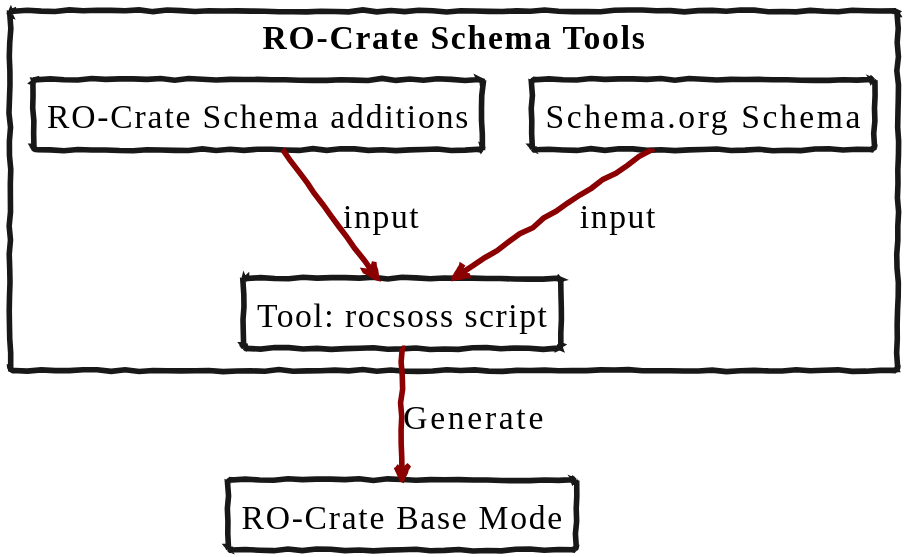
Before: docs/images/soss-to-profile.svg, a diagram exported from PlantUML (Language-Research-Technology/ro-crate-modes).
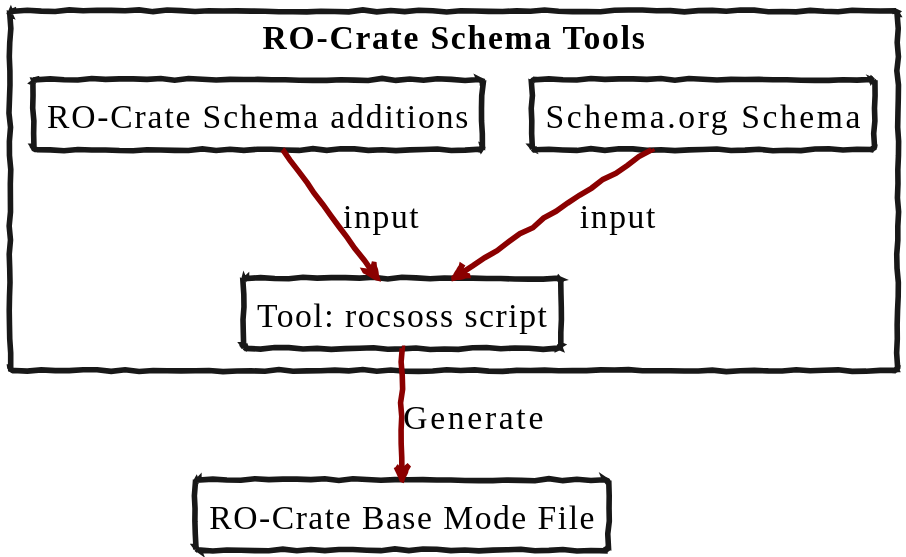
Later version of the same file.

The edit, as a diff of the source:
```diff
@@ -7,7 +7,7 @@
 rectangle "Tool: rocsoss script" as rocsoss
 }
 
-rectangle "RO-Crate Base Mode" as rop
+rectangle "RO-Crate Base Mode File" as rop
 
 sos -down-> rocsoss : input
 roc -down-> rocsoss : input
```
